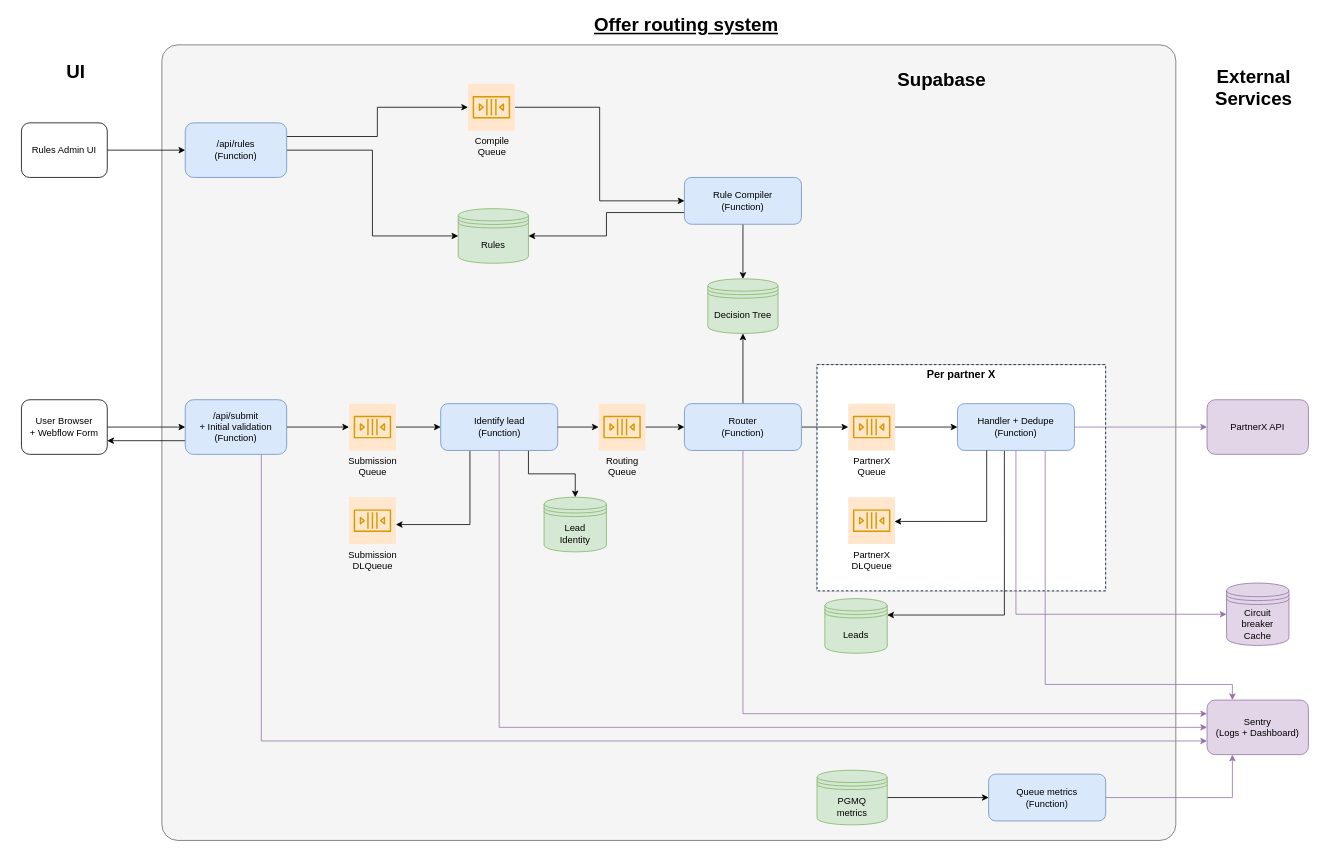
SamuelHerrera/offer-routing-system keeps this draw.io diagram as design.drawio. Above is the earlier version. Source tidied: cells renumbered, new cells numbered last; positions are measured from the earlier drawing's top-left corner, leaving out a move shared by most shapes. Both pictures are drawn from the tidied source at 78%, with x=0, y=0 at pixel (13, 13).
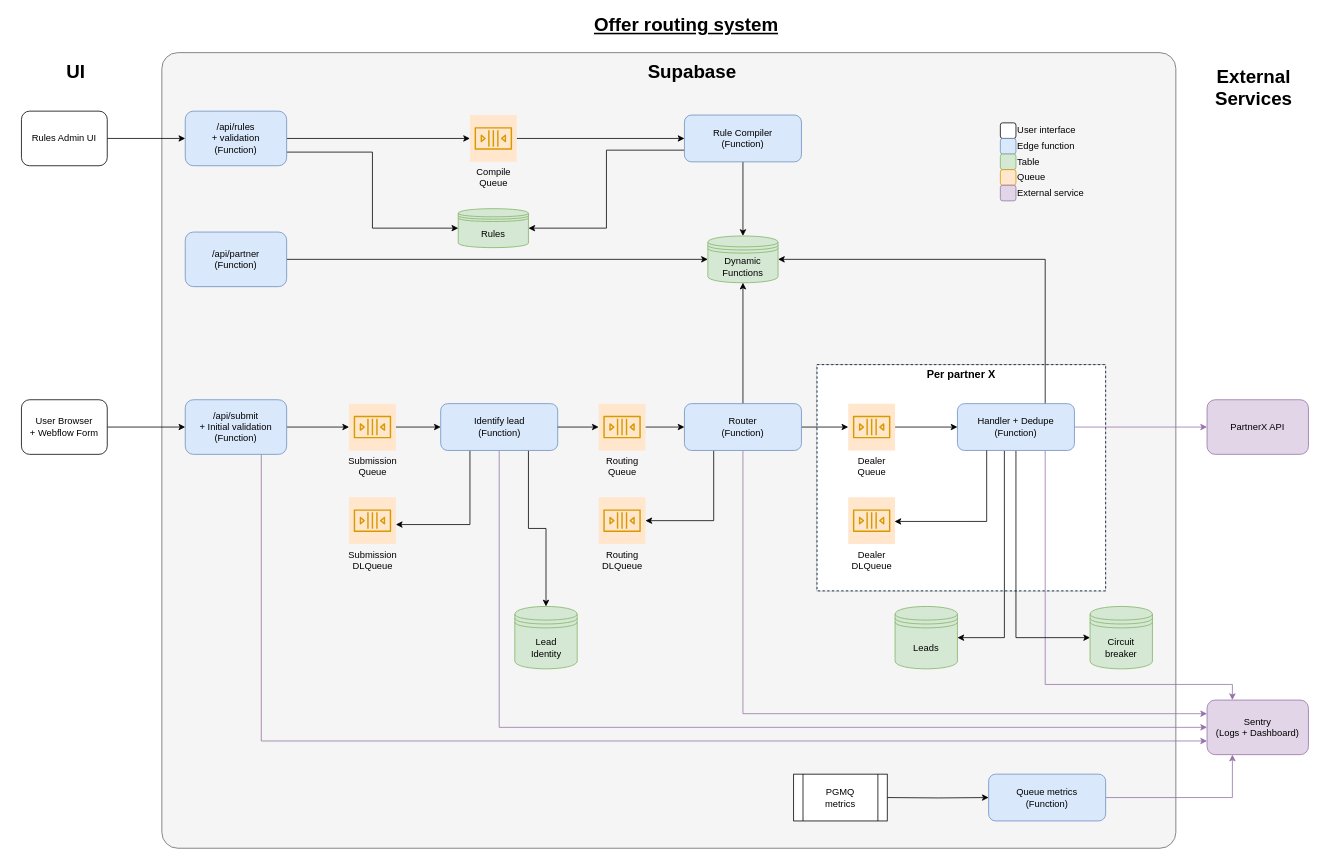
The same diagram, later.

Unchanged cells that the change refers to:
```xml
<mxCell id="7" value="User Browser&#10;+ Webflow Form" style="rounded=1;whiteSpace=wrap;html=1;fontSize=12;" parent="1" vertex="1">
  <mxGeometry x="10" y="495" width="110" height="70" as="geometry" />
</mxCell>
<mxCell id="11" value="/api/submit&lt;div&gt;+ Initial validation&lt;br&gt;&lt;div&gt;(Function)&lt;/div&gt;&lt;/div&gt;" style="rounded=1;whiteSpace=wrap;html=1;fontSize=12;fillColor=#dae8fc;strokeColor=#6c8ebf;" parent="1" vertex="1">
  <mxGeometry x="220" y="495" width="130" height="70" as="geometry" />
</mxCell>
<mxCell id="42" value="Handler + Dedupe&lt;br&gt;&lt;div&gt;(Function)&lt;/div&gt;" style="rounded=1;whiteSpace=wrap;html=1;fillColor=#dae8fc;strokeColor=#6c8ebf;" parent="1" vertex="1">
  <mxGeometry x="1210" y="500" width="150" height="60" as="geometry" />
</mxCell>
<mxCell id="46" value="Queue metrics&lt;br&gt;&lt;div&gt;(Function)&lt;/div&gt;" style="rounded=1;whiteSpace=wrap;html=1;fillColor=#dae8fc;strokeColor=#6c8ebf;" parent="1" vertex="1">
  <mxGeometry x="1250" y="975" width="150" height="60" as="geometry" />
</mxCell>
<mxCell id="53" value="Router&lt;div&gt;(Function)&lt;/div&gt;" style="rounded=1;whiteSpace=wrap;html=1;fillColor=#dae8fc;strokeColor=#6c8ebf;" parent="1" vertex="1">
  <mxGeometry x="860" y="500" width="150" height="60" as="geometry" />
</mxCell>
```

What changed in the source:
```diff
@@
-    <mxCell id="2" style="rounded=1;whiteSpace=wrap;html=1;arcSize=2;fillColor=#f5f5f5;fontColor=#333333;strokeColor=#666666;" parent="1" vertex="1">
-      <mxGeometry x="190" y="40" width="1300" height="1020" as="geometry" />
-    </mxCell>
+    <mxCell id="61" style="rounded=1;whiteSpace=wrap;html=1;arcSize=2;fillColor=#f5f5f5;fontColor=#333333;strokeColor=#666666;" parent="1" vertex="1">
+      <mxGeometry x="190" y="50" width="1300" height="1020" as="geometry" />
+    </mxCell>
@@
-    <mxCell id="10" style="edgeStyle=orthogonalEdgeStyle;rounded=0;jettySize=auto;html=1;exitX=0;exitY=0.75;exitDx=0;exitDy=0;entryX=1;entryY=0.75;entryDx=0;entryDy=0;" parent="1" edge="1" source="11" target="7">
-      <mxGeometry relative="1" as="geometry" />
-    </mxCell>
@@
     <mxCell id="12" value="Leads" style="shape=datastore;whiteSpace=wrap;html=1;fontSize=12;fillColor=#d5e8d4;strokeColor=#82b366;" parent="1" vertex="1">
-      <mxGeometry x="1040" y="750" width="80" height="70" as="geometry" />
+      <mxGeometry x="1130" y="760" width="80" height="80" as="geometry" />
     </mxCell>
@@
-    <mxCell id="17" style="edgeStyle=orthogonalEdgeStyle;rounded=0;jettySize=auto;html=1;exitX=1;exitY=0.5;exitDx=0;exitDy=0;" parent="1" edge="1" source="53" target="36">
-      <mxGeometry relative="1" as="geometry" />
-    </mxCell>
+    <mxCell id="62" style="edgeStyle=orthogonalEdgeStyle;rounded=0;jettySize=auto;html=1;exitX=1;exitY=0.5;exitDx=0;exitDy=0;" parent="1" edge="1" source="53" target="70">
+      <mxGeometry relative="1" as="geometry" />
+    </mxCell>
@@
     <mxCell id="23" value="Rules" style="shape=datastore;whiteSpace=wrap;html=1;fontSize=12;fillColor=#d5e8d4;strokeColor=#82b366;" parent="1" vertex="1">
-      <mxGeometry x="570" y="250" width="90" height="70" as="geometry" />
+      <mxGeometry x="570" y="250" width="90" height="50" as="geometry" />
     </mxCell>
-    <mxCell id="24" style="edgeStyle=orthogonalEdgeStyle;rounded=0;jettySize=auto;html=1;exitX=1;exitY=0.5;exitDx=0;exitDy=0;entryX=0;entryY=0.5;entryDx=0;entryDy=0;" parent="1" edge="1" source="25" target="28">
-      <mxGeometry relative="1" as="geometry" />
-    </mxCell>
+    <mxCell id="63" style="edgeStyle=orthogonalEdgeStyle;rounded=0;jettySize=auto;html=1;exitX=1;exitY=0.5;exitDx=0;exitDy=0;entryX=0;entryY=0.5;entryDx=0;entryDy=0;" parent="1" edge="1" source="25" target="66">
+      <mxGeometry relative="1" as="geometry" />
+    </mxCell>
     <mxCell id="25" value="Rules Admin UI" style="rounded=1;whiteSpace=wrap;html=1;fontSize=12;" parent="1" vertex="1">
-      <mxGeometry x="10" y="140" width="110" height="70" as="geometry" />
+      <mxGeometry x="10" y="125" width="110" height="70" as="geometry" />
     </mxCell>
-    <mxCell id="26" style="edgeStyle=orthogonalEdgeStyle;rounded=0;jettySize=auto;html=1;exitX=1;exitY=0.5;exitDx=0;exitDy=0;entryX=0;entryY=0.5;entryDx=0;entryDy=0;" parent="1" edge="1" source="28" target="23">
-      <mxGeometry relative="1" as="geometry" />
-    </mxCell>
-    <mxCell id="27" style="edgeStyle=orthogonalEdgeStyle;rounded=0;jettySize=auto;html=1;exitX=1;exitY=0.25;exitDx=0;exitDy=0;" parent="1" edge="1" source="28" target="30">
-      <mxGeometry relative="1" as="geometry" />
-    </mxCell>
-    <mxCell id="28" value="/api/rules&lt;div&gt;(Function)&lt;/div&gt;" style="rounded=1;whiteSpace=wrap;html=1;fontSize=12;fillColor=#dae8fc;strokeColor=#6c8ebf;" parent="1" vertex="1">
-      <mxGeometry x="220" y="140" width="130" height="70" as="geometry" />
-    </mxCell>
+    <mxCell id="64" style="edgeStyle=orthogonalEdgeStyle;rounded=0;jettySize=auto;html=1;exitX=1;exitY=0.75;exitDx=0;exitDy=0;entryX=0;entryY=0.5;entryDx=0;entryDy=0;" parent="1" edge="1" source="66" target="23">
+      <mxGeometry relative="1" as="geometry" />
+    </mxCell>
+    <mxCell id="65" style="edgeStyle=orthogonalEdgeStyle;rounded=0;jettySize=auto;html=1;exitX=1;exitY=0.5;exitDx=0;exitDy=0;" parent="1" edge="1" source="66" target="30">
+      <mxGeometry relative="1" as="geometry" />
+    </mxCell>
+    <mxCell id="66" value="/api/rules&lt;div&gt;+ validation&lt;br&gt;&lt;div&gt;(Function)&lt;/div&gt;&lt;/div&gt;" style="rounded=1;whiteSpace=wrap;html=1;fontSize=12;fillColor=#dae8fc;strokeColor=#6c8ebf;" parent="1" vertex="1">
+      <mxGeometry x="220" y="125" width="130" height="70" as="geometry" />
+    </mxCell>
@@
     <mxCell id="30" value="Compile&lt;div&gt;Queue&lt;/div&gt;" style="sketch=0;outlineConnect=0;strokeColor=#d79b00;fillColor=#ffe6cc;dashed=0;verticalLabelPosition=bottom;verticalAlign=top;align=center;html=1;fontSize=12;fontStyle=0;shape=mxgraph.aws4.resourceIcon;resIcon=mxgraph.aws4.queue;" parent="1" vertex="1">
-      <mxGeometry x="582.5" y="90" width="60" height="60" as="geometry" />
+      <mxGeometry x="585" y="130" width="60" height="60" as="geometry" />
     </mxCell>
-    <mxCell id="31" value="Decision Tree" style="shape=datastore;whiteSpace=wrap;html=1;fontSize=12;fillColor=#d5e8d4;strokeColor=#82b366;" parent="1" vertex="1">
-      <mxGeometry x="890" y="340" width="90" height="70" as="geometry" />
-    </mxCell>
+    <mxCell id="67" value="Dynamic&lt;div&gt;Functions&lt;/div&gt;" style="shape=datastore;whiteSpace=wrap;html=1;fontSize=12;fillColor=#d5e8d4;strokeColor=#82b366;" parent="1" vertex="1">
+      <mxGeometry x="890" y="285" width="90" height="60" as="geometry" />
+    </mxCell>
@@
-    <mxCell id="33" style="edgeStyle=orthogonalEdgeStyle;rounded=0;jettySize=auto;html=1;exitX=0.5;exitY=1;exitDx=0;exitDy=0;entryX=0.5;entryY=0;entryDx=0;entryDy=0;" parent="1" edge="1" source="34" target="31">
-      <mxGeometry relative="1" as="geometry" />
-    </mxCell>
+    <mxCell id="68" style="edgeStyle=orthogonalEdgeStyle;rounded=0;jettySize=auto;html=1;exitX=0.5;exitY=1;exitDx=0;exitDy=0;entryX=0.5;entryY=0;entryDx=0;entryDy=0;" parent="1" edge="1" source="34" target="67">
+      <mxGeometry relative="1" as="geometry" />
+    </mxCell>
     <mxCell id="34" value="Rule Compiler&lt;div&gt;(Function)&lt;/div&gt;" style="rounded=1;whiteSpace=wrap;html=1;fillColor=#dae8fc;strokeColor=#6c8ebf;" parent="1" vertex="1">
-      <mxGeometry x="860" y="210" width="150" height="60" as="geometry" />
+      <mxGeometry x="860" y="130" width="150" height="60" as="geometry" />
     </mxCell>
-    <mxCell id="35" style="edgeStyle=orthogonalEdgeStyle;rounded=0;jettySize=auto;html=1;entryX=0;entryY=0.5;entryDx=0;entryDy=0;" parent="1" edge="1" source="36" target="42">
-      <mxGeometry relative="1" as="geometry" />
-    </mxCell>
-    <mxCell id="36" value="PartnerX&lt;br&gt;&lt;div&gt;Queue&lt;/div&gt;" style="sketch=0;outlineConnect=0;strokeColor=#d79b00;fillColor=#ffe6cc;dashed=0;verticalLabelPosition=bottom;verticalAlign=top;align=center;html=1;fontSize=12;fontStyle=0;shape=mxgraph.aws4.resourceIcon;resIcon=mxgraph.aws4.queue;" parent="1" vertex="1">
-      <mxGeometry x="1070" y="500" width="60" height="60" as="geometry" />
-    </mxCell>
-    <mxCell id="37" value="PartnerX&lt;div&gt;DLQueue&lt;/div&gt;" style="sketch=0;outlineConnect=0;strokeColor=#d79b00;fillColor=#ffe6cc;dashed=0;verticalLabelPosition=bottom;verticalAlign=top;align=center;html=1;fontSize=12;fontStyle=0;shape=mxgraph.aws4.resourceIcon;resIcon=mxgraph.aws4.queue;" parent="1" vertex="1">
-      <mxGeometry x="1070" y="620" width="60" height="60" as="geometry" />
-    </mxCell>
+    <mxCell id="69" style="edgeStyle=orthogonalEdgeStyle;rounded=0;jettySize=auto;html=1;entryX=0;entryY=0.5;entryDx=0;entryDy=0;" parent="1" edge="1" source="70" target="42">
+      <mxGeometry relative="1" as="geometry" />
+    </mxCell>
+    <mxCell id="70" value="Dealer&lt;br&gt;&lt;div&gt;Queue&lt;/div&gt;" style="sketch=0;outlineConnect=0;strokeColor=#d79b00;fillColor=#ffe6cc;dashed=0;verticalLabelPosition=bottom;verticalAlign=top;align=center;html=1;fontSize=12;fontStyle=0;shape=mxgraph.aws4.resourceIcon;resIcon=mxgraph.aws4.queue;" parent="1" vertex="1">
+      <mxGeometry x="1070" y="500" width="60" height="60" as="geometry" />
+    </mxCell>
+    <mxCell id="71" value="Dealer&lt;br&gt;&lt;div&gt;DLQueue&lt;/div&gt;" style="sketch=0;outlineConnect=0;strokeColor=#d79b00;fillColor=#ffe6cc;dashed=0;verticalLabelPosition=bottom;verticalAlign=top;align=center;html=1;fontSize=12;fontStyle=0;shape=mxgraph.aws4.resourceIcon;resIcon=mxgraph.aws4.queue;" parent="1" vertex="1">
+      <mxGeometry x="1070" y="620" width="60" height="60" as="geometry" />
+    </mxCell>
@@
-    <mxCell id="40" style="edgeStyle=orthogonalEdgeStyle;rounded=0;jettySize=auto;html=1;exitX=0.5;exitY=1;exitDx=0;exitDy=0;entryX=0;entryY=0.5;entryDx=0;entryDy=0;fillColor=#e1d5e7;strokeColor=#9673a6;" parent="1" edge="1" source="42" target="56">
-      <mxGeometry relative="1" as="geometry" />
-    </mxCell>
+    <mxCell id="72" style="edgeStyle=orthogonalEdgeStyle;rounded=0;jettySize=auto;html=1;exitX=0.5;exitY=1;exitDx=0;exitDy=0;entryX=0;entryY=0.5;entryDx=0;entryDy=0;" parent="1" edge="1" source="42" target="78">
+      <mxGeometry relative="1" as="geometry" />
+    </mxCell>
-    <mxCell id="41" style="edgeStyle=orthogonalEdgeStyle;rounded=0;jettySize=auto;html=1;exitX=0.401;exitY=1.005;exitDx=0;exitDy=0;entryX=1;entryY=0.3;entryDx=0;entryDy=0;exitPerimeter=0;" parent="1" edge="1" source="42" target="12">
+    <mxCell id="41" style="edgeStyle=orthogonalEdgeStyle;rounded=0;jettySize=auto;html=1;exitX=0.401;exitY=1.005;exitDx=0;exitDy=0;entryX=1;entryY=0.5;entryDx=0;entryDy=0;exitPerimeter=0;" parent="1" edge="1" source="42" target="12">
       <mxGeometry relative="1" as="geometry" />
     </mxCell>
+    <mxCell id="73" style="edgeStyle=orthogonalEdgeStyle;rounded=0;jettySize=auto;html=1;exitX=0.75;exitY=0;exitDx=0;exitDy=0;entryX=1;entryY=0.5;entryDx=0;entryDy=0;" parent="1" edge="1" source="42" target="67">
+      <mxGeometry relative="1" as="geometry" />
+    </mxCell>
@@
-    <mxCell id="43" style="edgeStyle=orthogonalEdgeStyle;rounded=0;jettySize=auto;html=1;exitX=0.25;exitY=1;exitDx=0;exitDy=0;entryX=0.989;entryY=0.517;entryDx=0;entryDy=0;entryPerimeter=0;" parent="1" edge="1" source="42" target="37">
-      <mxGeometry relative="1" as="geometry" />
-    </mxCell>
+    <mxCell id="74" style="edgeStyle=orthogonalEdgeStyle;rounded=0;jettySize=auto;html=1;exitX=0.25;exitY=1;exitDx=0;exitDy=0;entryX=0.989;entryY=0.517;entryDx=0;entryDy=0;entryPerimeter=0;" parent="1" edge="1" source="42" target="71">
+      <mxGeometry relative="1" as="geometry" />
+    </mxCell>
@@
-    <mxCell id="47" style="edgeStyle=orthogonalEdgeStyle;rounded=0;jettySize=auto;html=1;" parent="1" edge="1" source="48" target="46">
-      <mxGeometry relative="1" as="geometry" />
-    </mxCell>
-    <mxCell id="48" value="PGMQ&lt;div&gt;metrics&lt;/div&gt;" style="shape=datastore;whiteSpace=wrap;html=1;fontSize=12;fillColor=#d5e8d4;strokeColor=#82b366;" parent="1" vertex="1">
-      <mxGeometry x="1030" y="970" width="90" height="70" as="geometry" />
-    </mxCell>
+    <mxCell id="75" style="edgeStyle=orthogonalEdgeStyle;rounded=0;jettySize=auto;html=1;" parent="1" edge="1" target="46">
+      <mxGeometry relative="1" as="geometry">
+        <mxPoint x="1120" y="1005" as="sourcePoint" />
+      </mxGeometry>
+    </mxCell>
     <mxCell id="49" value="Lead&lt;div&gt;Identity&lt;/div&gt;" style="shape=datastore;whiteSpace=wrap;html=1;fontSize=12;fillColor=#d5e8d4;strokeColor=#82b366;" parent="1" vertex="1">
-      <mxGeometry x="680" y="620" width="80" height="70" as="geometry" />
+      <mxGeometry x="642.5" y="760" width="80" height="80" as="geometry" />
     </mxCell>
@@
-    <mxCell id="51" style="edgeStyle=orthogonalEdgeStyle;rounded=0;jettySize=auto;html=1;exitX=0.5;exitY=0;exitDx=0;exitDy=0;entryX=0.5;entryY=1;entryDx=0;entryDy=0;" parent="1" edge="1" source="53" target="31">
-      <mxGeometry relative="1" as="geometry" />
-    </mxCell>
+    <mxCell id="76" style="edgeStyle=orthogonalEdgeStyle;rounded=0;jettySize=auto;html=1;exitX=0.5;exitY=0;exitDx=0;exitDy=0;entryX=0.5;entryY=1;entryDx=0;entryDy=0;" parent="1" edge="1" source="53" target="67">
+      <mxGeometry relative="1" as="geometry" />
+    </mxCell>
@@
+    <mxCell id="77" style="edgeStyle=orthogonalEdgeStyle;rounded=0;jettySize=auto;html=1;exitX=0.25;exitY=1;exitDx=0;exitDy=0;" parent="1" edge="1" source="53" target="79">
+      <mxGeometry relative="1" as="geometry">
+        <Array as="points">
+          <mxPoint x="898" y="650" />
+        </Array>
+      </mxGeometry>
+    </mxCell>
@@
-    <mxCell id="56" value="Circuit breaker&lt;div&gt;Cache&lt;/div&gt;" style="shape=datastore;whiteSpace=wrap;html=1;fontSize=12;fillColor=#e1d5e7;strokeColor=#9673a6;" parent="1" vertex="1">
-      <mxGeometry x="1555" y="730" width="80" height="80" as="geometry" />
-    </mxCell>
+    <mxCell id="78" value="Circuit breaker" style="shape=datastore;whiteSpace=wrap;html=1;fontSize=12;fillColor=#d5e8d4;strokeColor=#82b366;" parent="1" vertex="1">
+      <mxGeometry x="1380" y="760" width="80" height="80" as="geometry" />
+    </mxCell>
@@
     <mxCell id="58" value="Supabase" style="text;html=1;align=center;verticalAlign=middle;whiteSpace=wrap;rounded=0;fontSize=24;fontStyle=1;" parent="1" vertex="1">
-      <mxGeometry x="1030" y="70" width="320" height="30" as="geometry" />
+      <mxGeometry x="710" y="60" width="320" height="30" as="geometry" />
     </mxCell>
@@
+    <mxCell id="79" value="Routing&lt;div&gt;DLQueue&lt;/div&gt;" style="sketch=0;outlineConnect=0;strokeColor=#d79b00;fillColor=#ffe6cc;dashed=0;verticalLabelPosition=bottom;verticalAlign=top;align=center;html=1;fontSize=12;fontStyle=0;shape=mxgraph.aws4.resourceIcon;resIcon=mxgraph.aws4.queue;" parent="1" vertex="1">
+      <mxGeometry x="750" y="620" width="60" height="60" as="geometry" />
+    </mxCell>
+    <mxCell id="48" value="PGMQ&lt;div&gt;metrics&lt;/div&gt;" style="shape=process;whiteSpace=wrap;html=1;backgroundOutline=1;" parent="1" vertex="1">
+      <mxGeometry x="1000" y="975" width="120" height="60" as="geometry" />
+    </mxCell>
+    <mxCell id="80" style="edgeStyle=orthogonalEdgeStyle;rounded=0;jettySize=auto;html=1;exitX=1;exitY=0.5;exitDx=0;exitDy=0;entryX=0;entryY=0.5;entryDx=0;entryDy=0;" parent="1" edge="1" source="81" target="67">
+      <mxGeometry relative="1" as="geometry" />
+    </mxCell>
+    <mxCell id="81" value="/api/partner&lt;div&gt;&lt;div&gt;(Function)&lt;/div&gt;&lt;/div&gt;" style="rounded=1;whiteSpace=wrap;html=1;fontSize=12;fillColor=#dae8fc;strokeColor=#6c8ebf;" parent="1" vertex="1">
+      <mxGeometry x="220" y="280" width="130" height="70" as="geometry" />
+    </mxCell>
+    <mxCell id="82" style="group;" parent="1" vertex="1">
+      <mxGeometry x="1265" y="140" width="155" height="100" as="geometry" />
+    </mxCell>
+    <mxCell id="83" style="group;" parent="82" vertex="1">
+      <mxGeometry width="155" height="20" as="geometry" />
+    </mxCell>
+    <mxCell id="84" style="rounded=1;whiteSpace=wrap;html=1;" parent="83" vertex="1">
+      <mxGeometry width="20" height="20" as="geometry" />
+    </mxCell>
+    <mxCell id="85" value="User interface" style="text;html=1;align=left;verticalAlign=middle;whiteSpace=wrap;rounded=0;" parent="83" vertex="1">
+      <mxGeometry x="20" width="135" height="20" as="geometry" />
+    </mxCell>
+    <mxCell id="86" style="group;" parent="82" vertex="1">
+      <mxGeometry y="20" width="155" height="20" as="geometry" />
+    </mxCell>
+    <mxCell id="87" style="rounded=1;whiteSpace=wrap;html=1;fillColor=#dae8fc;strokeColor=#6c8ebf;" parent="86" vertex="1">
+      <mxGeometry width="20" height="20" as="geometry" />
+    </mxCell>
+    <mxCell id="88" value="Edge function" style="text;html=1;align=left;verticalAlign=middle;whiteSpace=wrap;rounded=0;" parent="86" vertex="1">
+      <mxGeometry x="20" width="135" height="20" as="geometry" />
+    </mxCell>
+    <mxCell id="89" style="group;" parent="82" vertex="1">
+      <mxGeometry y="40" width="155" height="20" as="geometry" />
+    </mxCell>
+    <mxCell id="90" style="rounded=1;whiteSpace=wrap;html=1;fillColor=#d5e8d4;strokeColor=#82b366;" parent="89" vertex="1">
+      <mxGeometry width="20" height="20" as="geometry" />
+    </mxCell>
+    <mxCell id="91" value="Table" style="text;html=1;align=left;verticalAlign=middle;whiteSpace=wrap;rounded=0;" parent="89" vertex="1">
+      <mxGeometry x="20" width="135" height="20" as="geometry" />
+    </mxCell>
+    <mxCell id="92" style="group;" parent="82" vertex="1">
+      <mxGeometry y="60" width="155" height="20" as="geometry" />
+    </mxCell>
+    <mxCell id="93" style="rounded=1;whiteSpace=wrap;html=1;fillColor=#ffe6cc;strokeColor=#d79b00;" parent="92" vertex="1">
+      <mxGeometry width="20" height="20" as="geometry" />
+    </mxCell>
+    <mxCell id="94" value="Queue" style="text;html=1;align=left;verticalAlign=middle;whiteSpace=wrap;rounded=0;" parent="92" vertex="1">
+      <mxGeometry x="20" width="135" height="20" as="geometry" />
+    </mxCell>
+    <mxCell id="95" style="group;" parent="82" vertex="1">
+      <mxGeometry y="80" width="155" height="20" as="geometry" />
+    </mxCell>
+    <mxCell id="96" style="rounded=1;whiteSpace=wrap;html=1;fillColor=#e1d5e7;strokeColor=#9673a6;" parent="95" vertex="1">
+      <mxGeometry width="20" height="20" as="geometry" />
+    </mxCell>
+    <mxCell id="97" value="External service" style="text;html=1;align=left;verticalAlign=middle;whiteSpace=wrap;rounded=0;" parent="95" vertex="1">
+      <mxGeometry x="20" width="135" height="20" as="geometry" />
+    </mxCell>
```
